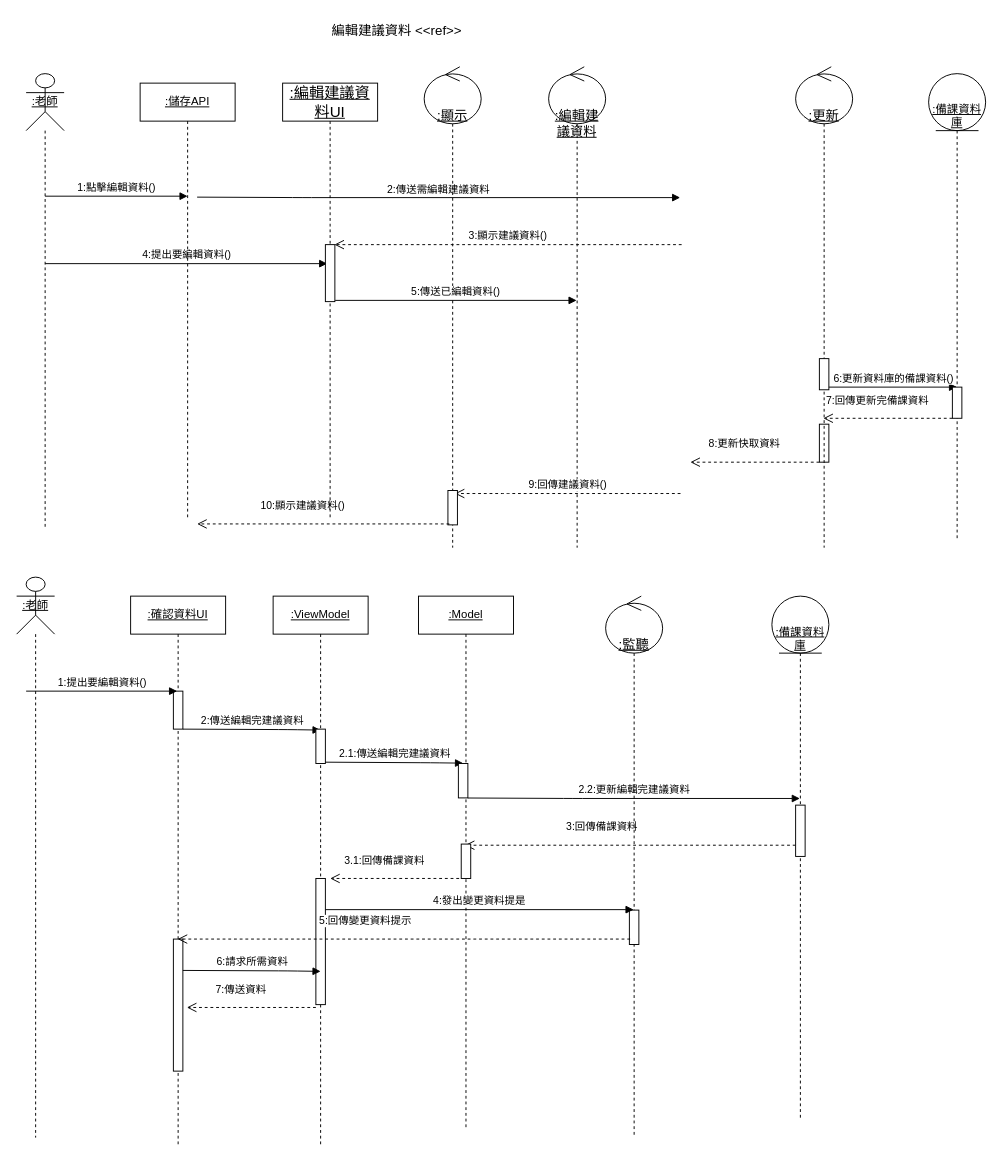
Kevincheng0804/System-analysis keeps this draw.io diagram as 循序圖(編輯建議備課資料).drawio. Above is the earlier version. Source tidied: cells renumbered, new cells numbered last; positions are measured from the earlier drawing's top-left corner, leaving out a move shared by most shapes. Both pictures are drawn from the tidied source at 95%, with x=0, y=0 at pixel (16, 16).
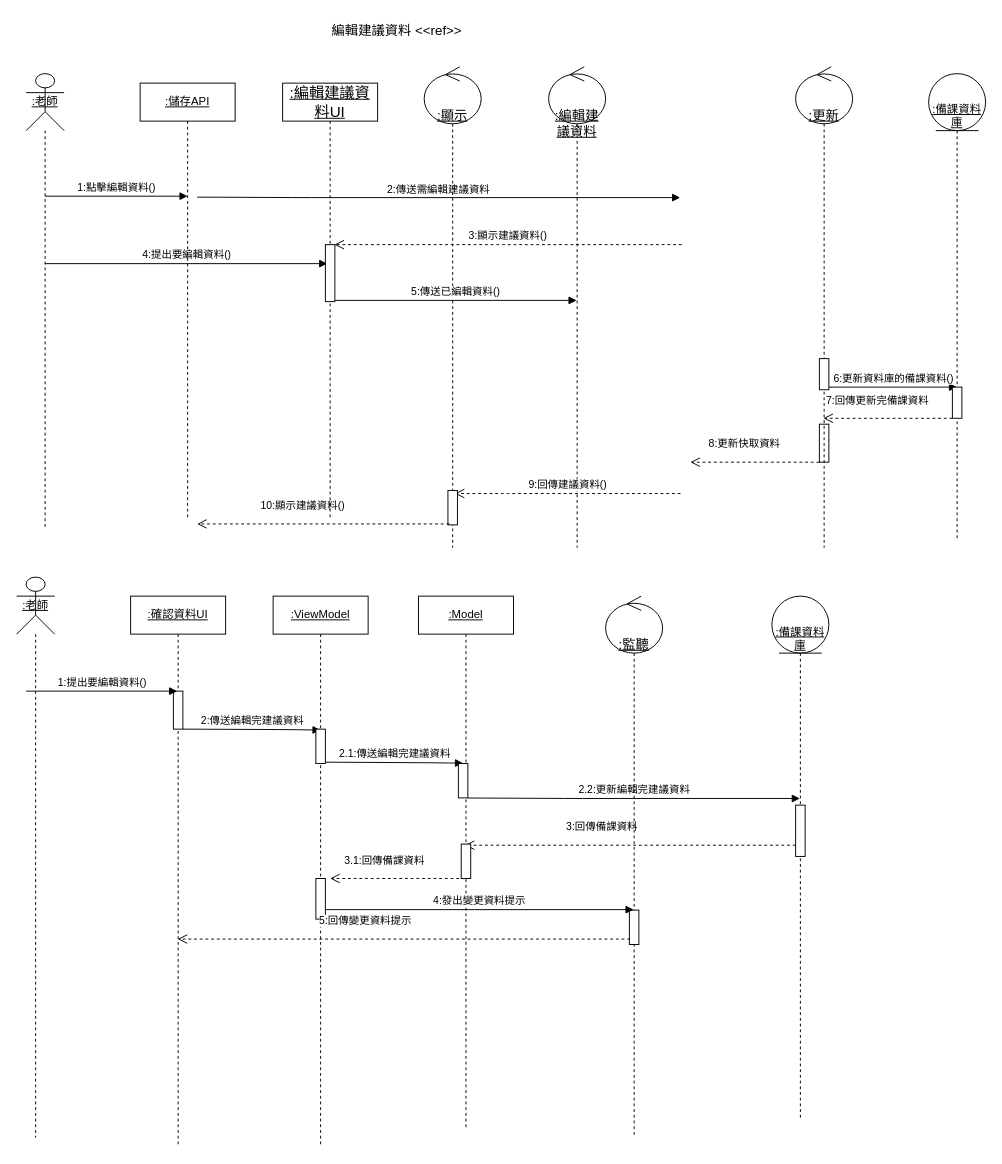
The same diagram, later.

Commit message:
更新循序圖(編輯建議備課資料).drawio

Unchanged cells that the change refers to:
```xml
<mxCell id="40" value="&lt;u&gt;:監聽&lt;/u&gt;" style="shape=umlLifeline;participant=umlControl;perimeter=lifelinePerimeter;whiteSpace=wrap;html=1;verticalAlign=top;spacingTop=36;outlineConnect=0;fontSize=14;size=60;align=center;" parent="1" vertex="1">
  <mxGeometry x="620" y="610" width="60" height="570" as="geometry" />
</mxCell>
```

The edit, as a diff of the source:
```diff
@@
     <mxCell id="39" style="html=1;perimeter=orthogonalPerimeter;" parent="1" vertex="1">
-      <mxGeometry x="315" y="907.2" width="10" height="132.8" as="geometry" />
+      <mxGeometry x="315" y="907.2" width="10" height="42.8" as="geometry" />
     </mxCell>
@@
-    <mxCell id="42" style="html=1;perimeter=orthogonalPerimeter;" parent="1" vertex="1">
-      <mxGeometry x="165" y="971" width="10" height="139" as="geometry" />
-    </mxCell>
@@
-    <mxCell id="46" value="6:請求所需資料" style="html=1;verticalAlign=bottom;startArrow=none;startFill=0;endArrow=block;startSize=8;" parent="1" edge="1">
-      <mxGeometry relative="1" as="geometry">
-        <mxPoint x="175" y="1004" as="sourcePoint" />
-        <mxPoint x="320" y="1005" as="targetPoint" />
-        <Array as="points">
-          <mxPoint x="285.5" y="1004.5" />
-        </Array>
-      </mxGeometry>
-    </mxCell>
-    <mxCell id="47" value="7:傳送資料" style="html=1;verticalAlign=bottom;endArrow=open;dashed=1;endSize=8;" parent="1" edge="1">
-      <mxGeometry x="0.17" y="-10" relative="1" as="geometry">
-        <mxPoint x="315" y="1043" as="sourcePoint" />
-        <mxPoint x="179.2" y="1043" as="targetPoint" />
-      </mxGeometry>
-    </mxCell>
-    <mxCell id="48" value="4:發出變更資料提是" style="html=1;verticalAlign=bottom;startArrow=none;startFill=0;endArrow=block;startSize=8;" parent="1" edge="1" target="40">
+    <mxCell id="48" value="4:發出變更資料提示" style="html=1;verticalAlign=bottom;startArrow=none;startFill=0;endArrow=block;startSize=8;" parent="1" edge="1" target="40">
       <mxGeometry relative="1" as="geometry">
         <mxPoint x="325" y="940" as="sourcePoint" />
       </mxGeometry>
     </mxCell>
```
